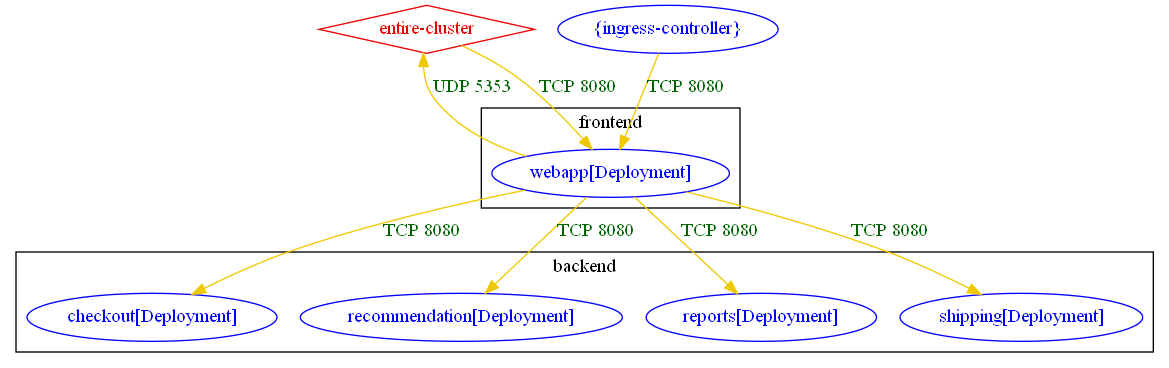
This is test_outputs/connlist/exposure_acs-security-demos_focus_workload_frontend_webapp_connlist_output.dot.png from np-guard/netpol-analyzer, a Graphviz export, as it was before one commit. Its source is kept beside it as test_outputs/connlist/exposure_acs-security-demos_focus_workload_frontend_webapp_connlist_output.dot.
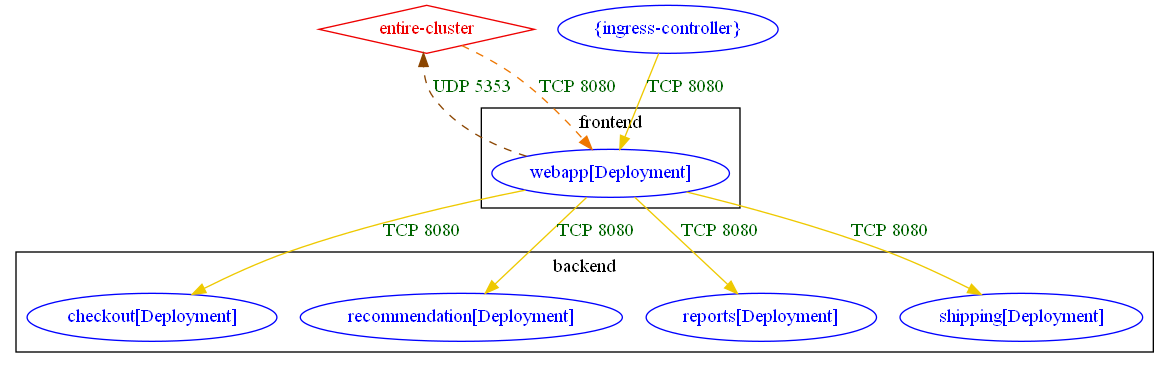
After the change.

Diff of the diagram source:
```diff
@@ -16,11 +16,11 @@
 	}
 	"entire-cluster" [label="entire-cluster" color="red2" fontcolor="red2" shape=diamond]
 	"{ingress-controller}" [label="{ingress-controller}" color="blue" fontcolor="blue"]
-	"entire-cluster" -> "frontend/webapp[Deployment]" [label="TCP 8080" color="gold2" fontcolor="darkgreen" weight=1]
+	"entire-cluster" -> "frontend/webapp[Deployment]" [label="TCP 8080" color="darkorange2" fontcolor="darkgreen" weight=1 style=dashed]
 	"frontend/webapp[Deployment]" -> "backend/checkout[Deployment]" [label="TCP 8080" color="gold2" fontcolor="darkgreen"]
 	"frontend/webapp[Deployment]" -> "backend/recommendation[Deployment]" [label="TCP 8080" color="gold2" fontcolor="darkgreen"]
 	"frontend/webapp[Deployment]" -> "backend/reports[Deployment]" [label="TCP 8080" color="gold2" fontcolor="darkgreen"]
 	"frontend/webapp[Deployment]" -> "backend/shipping[Deployment]" [label="TCP 8080" color="gold2" fontcolor="darkgreen"]
-	"frontend/webapp[Deployment]" -> "entire-cluster" [label="UDP 5353" color="gold2" fontcolor="darkgreen" weight=0.5]
+	"frontend/webapp[Deployment]" -> "entire-cluster" [label="UDP 5353" color="darkorange4" fontcolor="darkgreen" weight=0.5 style=dashed]
 	"{ingress-controller}" -> "frontend/webapp[Deployment]" [label="TCP 8080" color="gold2" fontcolor="darkgreen"]
 }
```
